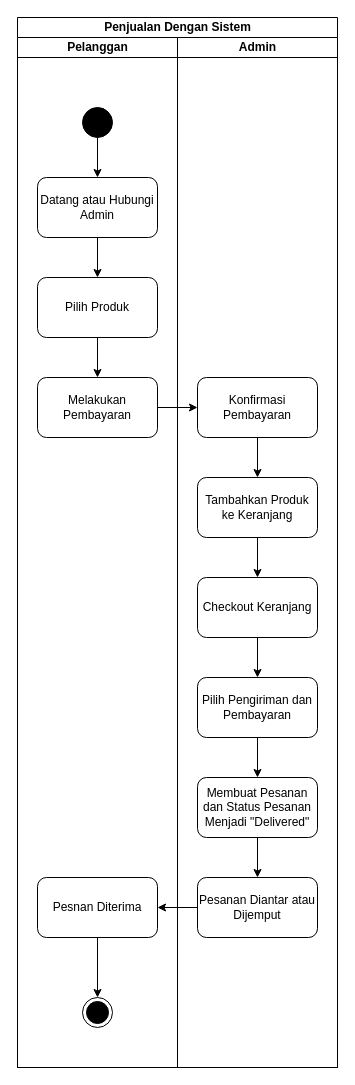
Above: Activity - PenjualanTSKeripikIsal.drawio in xnoname2003/flowchart (draw.io), before the change. Source tidied: cells renumbered, new cells numbered last; positions are measured from the earlier drawing's top-left corner, leaving out a move shared by most shapes. Both pictures are drawn from the tidied source at 100%, with x=0, y=0 at pixel (17, 17).
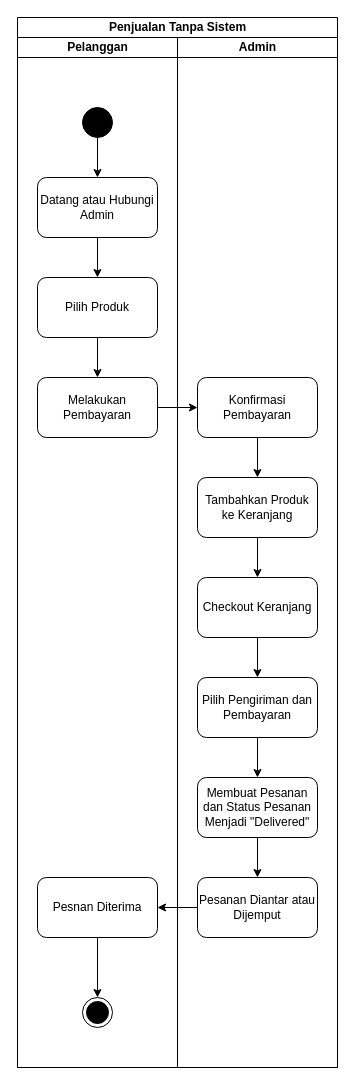
Above is the later version.

What changed in the source:
```diff
@@
-    <mxCell id="2" value="Penjualan Dengan Sistem" style="swimlane;startSize=20;html=1;" parent="1" vertex="1">
+    <mxCell id="2" value="Penjualan Tanpa Sistem" style="swimlane;startSize=20;html=1;" parent="1" vertex="1">
       <mxGeometry width="320" height="1050" as="geometry" />
     </mxCell>
```
